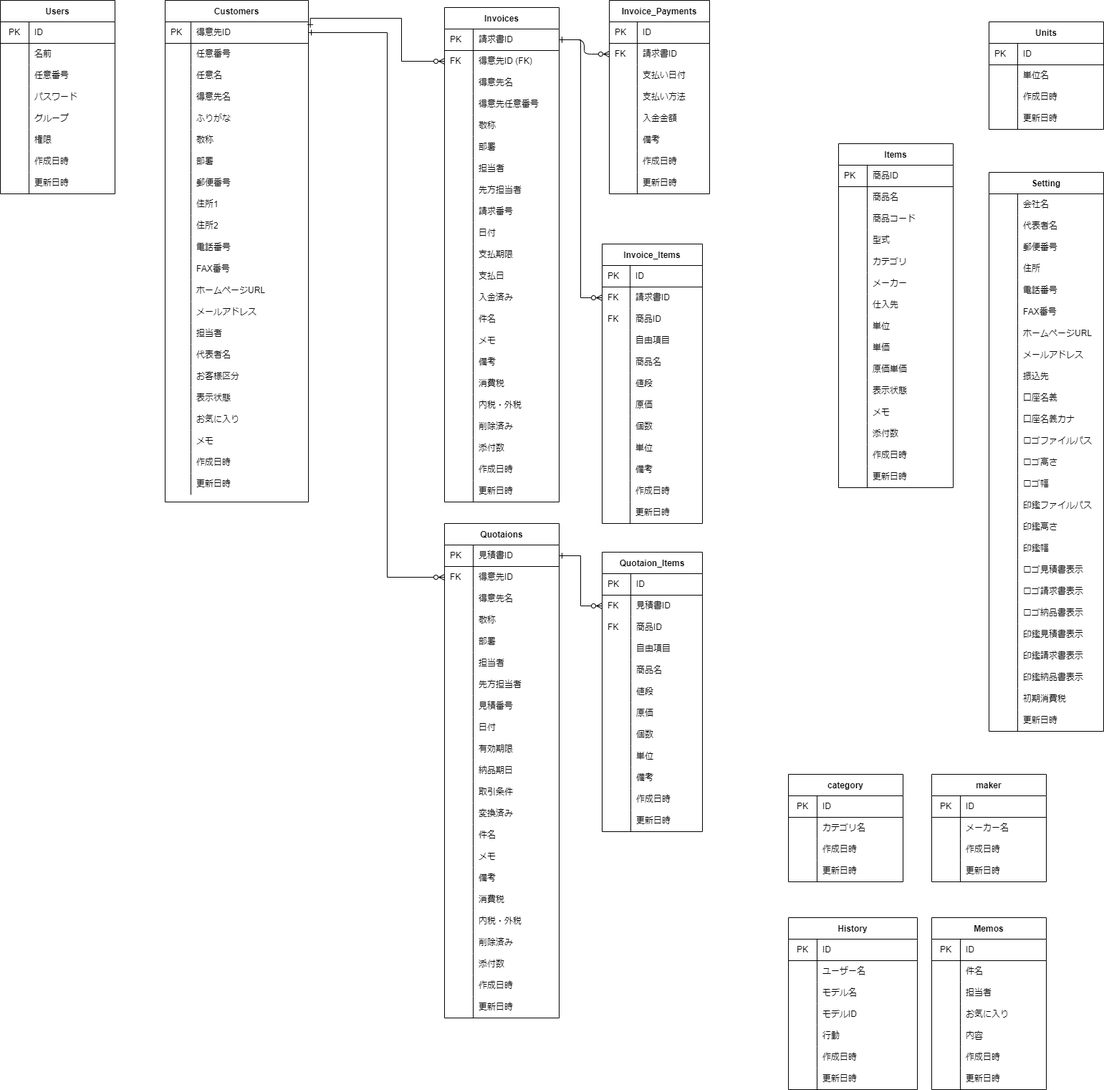
The draw.io diagram soho_er.png in gamasenninn/caddie-clone, before a commit. Source tidied: cells renumbered, new cells last; positions are measured from the earlier drawing's top-left corner, leaving out a move shared by most shapes.
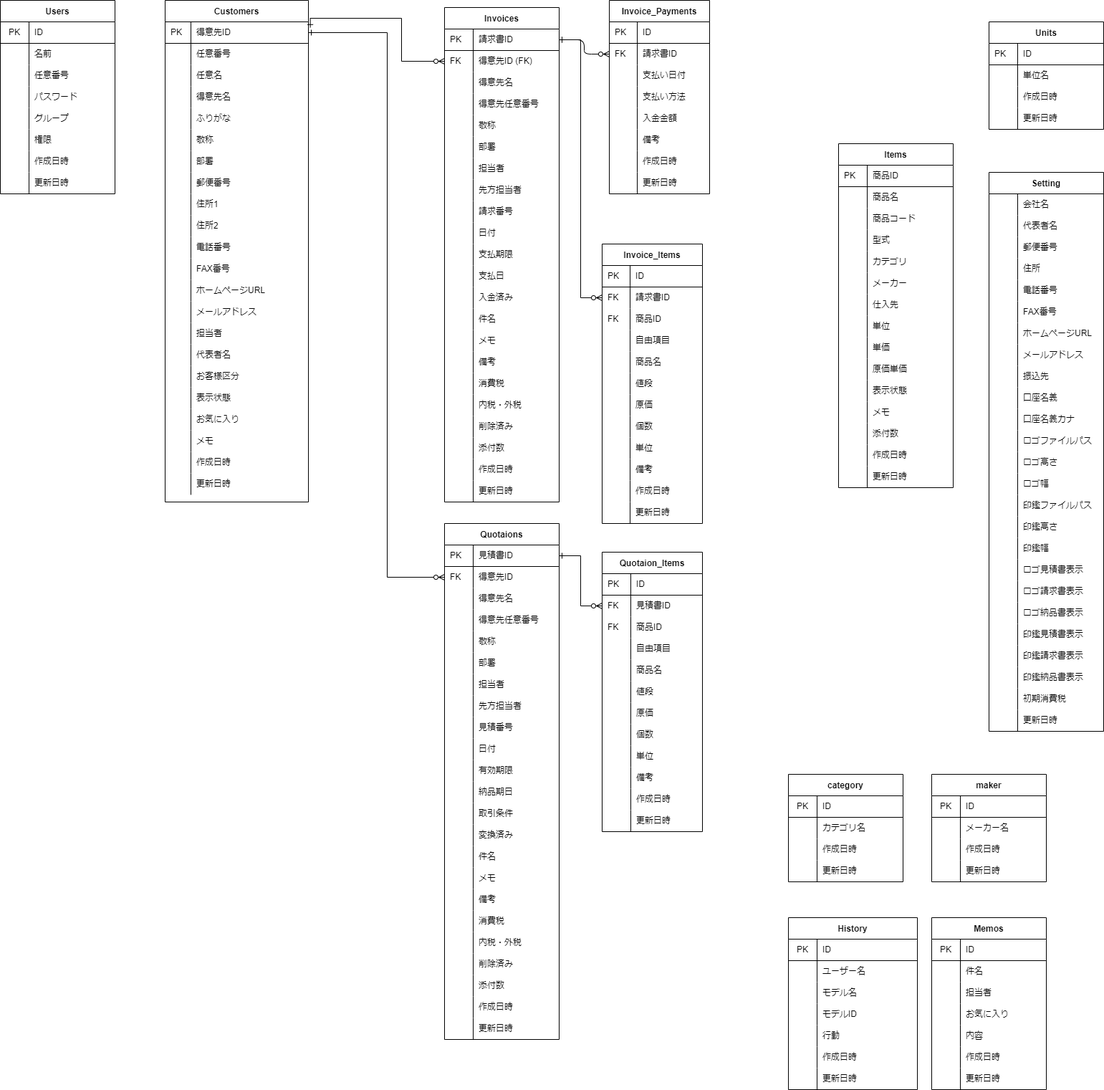
After the commit.

The edit, as a diff of the source:
```diff
@@ -654,7 +654,7 @@
       <mxGeometry x="39" width="101" height="30" as="geometry" />
     </mxCell>
     <mxCell id="219" value="Quotaions" style="shape=table;startSize=30;rowLines=0;fontStyle=1;align=center;" parent="1" vertex="1">
-      <mxGeometry x="620" y="730" width="160" height="690" as="geometry" />
+      <mxGeometry x="620" y="730" width="160" height="720" as="geometry" />
     </mxCell>
     <mxCell id="220" style="shape=partialRectangle;html=1;whiteSpace=wrap;fillColor=none;top=0;left=0;bottom=1;right=0;points=[[0,0.5],[1,0.5]];portConstraint=eastwest;" parent="219" vertex="1">
       <mxGeometry y="30" width="160" height="30" as="geometry" />
@@ -683,8 +683,17 @@
     <mxCell id="228" value="得意先名" style="shape=partialRectangle;html=1;whiteSpace=wrap;fillColor=none;top=0;left=0;bottom=0;right=0;align=left;spacingLeft=6;overflow=hidden;" parent="226" vertex="1">
       <mxGeometry x="40" width="120" height="30" as="geometry" />
     </mxCell>
+    <mxCell id="537" style="shape=partialRectangle;html=1;whiteSpace=wrap;fillColor=none;top=0;left=0;bottom=0;right=0;" parent="219" vertex="1">
+      <mxGeometry y="120" width="160" height="30" as="geometry" />
+    </mxCell>
+    <mxCell id="538" style="shape=partialRectangle;html=1;whiteSpace=wrap;fillColor=none;top=0;left=0;bottom=0;right=0;align=left;spacingLeft=6;overflow=hidden;" parent="537" vertex="1">
+      <mxGeometry width="40" height="30" as="geometry" />
+    </mxCell>
+    <mxCell id="539" value="得意先任意番号" style="shape=partialRectangle;html=1;whiteSpace=wrap;fillColor=none;top=0;left=0;bottom=0;right=0;align=left;spacingLeft=6;overflow=hidden;" parent="537" vertex="1">
+      <mxGeometry x="40" width="120" height="30" as="geometry" />
+    </mxCell>
     <mxCell id="229" style="shape=partialRectangle;html=1;whiteSpace=wrap;fillColor=none;top=0;left=0;bottom=0;right=0;" parent="219" vertex="1">
-      <mxGeometry y="120" width="160" height="30" as="geometry" />
+      <mxGeometry y="150" width="160" height="30" as="geometry" />
     </mxCell>
     <mxCell id="230" style="shape=partialRectangle;html=1;whiteSpace=wrap;fillColor=none;top=0;left=0;bottom=0;right=0;align=left;spacingLeft=6;overflow=hidden;" parent="229" vertex="1">
       <mxGeometry width="40" height="30" as="geometry" />
@@ -693,7 +702,7 @@
       <mxGeometry x="40" width="120" height="30" as="geometry" />
     </mxCell>
     <mxCell id="232" style="shape=partialRectangle;html=1;whiteSpace=wrap;fillColor=none;top=0;left=0;bottom=0;right=0;" parent="219" vertex="1">
-      <mxGeometry y="150" width="160" height="30" as="geometry" />
+      <mxGeometry y="180" width="160" height="30" as="geometry" />
     </mxCell>
     <mxCell id="233" style="shape=partialRectangle;html=1;whiteSpace=wrap;fillColor=none;top=0;left=0;bottom=0;right=0;align=left;spacingLeft=6;overflow=hidden;" parent="232" vertex="1">
       <mxGeometry width="40" height="30" as="geometry" />
@@ -702,7 +711,7 @@
       <mxGeometry x="40" width="120" height="30" as="geometry" />
     </mxCell>
     <mxCell id="235" style="shape=partialRectangle;html=1;whiteSpace=wrap;fillColor=none;top=0;left=0;bottom=0;right=0;" parent="219" vertex="1">
-      <mxGeometry y="180" width="160" height="30" as="geometry" />
+      <mxGeometry y="210" width="160" height="30" as="geometry" />
     </mxCell>
     <mxCell id="236" style="shape=partialRectangle;html=1;whiteSpace=wrap;fillColor=none;top=0;left=0;bottom=0;right=0;align=left;spacingLeft=6;overflow=hidden;" parent="235" vertex="1">
       <mxGeometry width="40" height="30" as="geometry" />
@@ -711,7 +720,7 @@
       <mxGeometry x="40" width="120" height="30" as="geometry" />
     </mxCell>
     <mxCell id="238" style="shape=partialRectangle;html=1;whiteSpace=wrap;fillColor=none;top=0;left=0;bottom=0;right=0;" parent="219" vertex="1">
-      <mxGeometry y="210" width="160" height="30" as="geometry" />
+      <mxGeometry y="240" width="160" height="30" as="geometry" />
     </mxCell>
     <mxCell id="239" style="shape=partialRectangle;html=1;whiteSpace=wrap;fillColor=none;top=0;left=0;bottom=0;right=0;align=left;spacingLeft=6;overflow=hidden;" parent="238" vertex="1">
       <mxGeometry width="40" height="30" as="geometry" />
@@ -720,7 +729,7 @@
       <mxGeometry x="40" width="120" height="30" as="geometry" />
     </mxCell>
     <mxCell id="241" style="shape=partialRectangle;html=1;whiteSpace=wrap;fillColor=none;top=0;left=0;bottom=0;right=0;" parent="219" vertex="1">
-      <mxGeometry y="240" width="160" height="30" as="geometry" />
+      <mxGeometry y="270" width="160" height="30" as="geometry" />
     </mxCell>
     <mxCell id="242" style="shape=partialRectangle;html=1;whiteSpace=wrap;fillColor=none;top=0;left=0;bottom=0;right=0;align=left;spacingLeft=6;overflow=hidden;" parent="241" vertex="1">
       <mxGeometry width="40" height="30" as="geometry" />
@@ -729,7 +738,7 @@
       <mxGeometry x="40" width="120" height="30" as="geometry" />
     </mxCell>
     <mxCell id="244" style="shape=partialRectangle;html=1;whiteSpace=wrap;fillColor=none;top=0;left=0;bottom=0;right=0;" parent="219" vertex="1">
-      <mxGeometry y="270" width="160" height="30" as="geometry" />
+      <mxGeometry y="300" width="160" height="30" as="geometry" />
     </mxCell>
     <mxCell id="245" style="shape=partialRectangle;html=1;whiteSpace=wrap;fillColor=none;top=0;left=0;bottom=0;right=0;align=left;spacingLeft=6;overflow=hidden;" parent="244" vertex="1">
       <mxGeometry width="40" height="30" as="geometry" />
@@ -738,7 +747,7 @@
       <mxGeometry x="40" width="120" height="30" as="geometry" />
     </mxCell>
     <mxCell id="247" style="shape=partialRectangle;html=1;whiteSpace=wrap;fillColor=none;top=0;left=0;bottom=0;right=0;" parent="219" vertex="1">
-      <mxGeometry y="300" width="160" height="30" as="geometry" />
+      <mxGeometry y="330" width="160" height="30" as="geometry" />
     </mxCell>
     <mxCell id="248" style="shape=partialRectangle;html=1;whiteSpace=wrap;fillColor=none;top=0;left=0;bottom=0;right=0;align=left;spacingLeft=6;overflow=hidden;" parent="247" vertex="1">
       <mxGeometry width="40" height="30" as="geometry" />
@@ -747,7 +756,7 @@
       <mxGeometry x="40" width="120" height="30" as="geometry" />
     </mxCell>
     <mxCell id="250" style="shape=partialRectangle;html=1;whiteSpace=wrap;fillColor=none;top=0;left=0;bottom=0;right=0;" parent="219" vertex="1">
-      <mxGeometry y="330" width="160" height="30" as="geometry" />
+      <mxGeometry y="360" width="160" height="30" as="geometry" />
     </mxCell>
     <mxCell id="251" style="shape=partialRectangle;html=1;whiteSpace=wrap;fillColor=none;top=0;left=0;bottom=0;right=0;align=left;spacingLeft=6;overflow=hidden;" parent="250" vertex="1">
       <mxGeometry width="40" height="30" as="geometry" />
@@ -756,7 +765,7 @@
       <mxGeometry x="40" width="120" height="30" as="geometry" />
     </mxCell>
     <mxCell id="253" style="shape=partialRectangle;html=1;whiteSpace=wrap;fillColor=none;top=0;left=0;bottom=0;right=0;" parent="219" vertex="1">
-      <mxGeometry y="360" width="160" height="30" as="geometry" />
+      <mxGeometry y="390" width="160" height="30" as="geometry" />
     </mxCell>
     <mxCell id="254" style="shape=partialRectangle;html=1;whiteSpace=wrap;fillColor=none;top=0;left=0;bottom=0;right=0;align=left;spacingLeft=6;overflow=hidden;" parent="253" vertex="1">
       <mxGeometry width="40" height="30" as="geometry" />
@@ -765,7 +774,7 @@
       <mxGeometry x="40" width="120" height="30" as="geometry" />
     </mxCell>
     <mxCell id="256" style="shape=partialRectangle;html=1;whiteSpace=wrap;fillColor=none;top=0;left=0;bottom=0;right=0;" parent="219" vertex="1">
-      <mxGeometry y="390" width="160" height="30" as="geometry" />
+      <mxGeometry y="420" width="160" height="30" as="geometry" />
     </mxCell>
     <mxCell id="257" style="shape=partialRectangle;html=1;whiteSpace=wrap;fillColor=none;top=0;left=0;bottom=0;right=0;align=left;spacingLeft=6;overflow=hidden;" parent="256" vertex="1">
       <mxGeometry width="40" height="30" as="geometry" />
@@ -774,7 +783,7 @@
       <mxGeometry x="40" width="120" height="30" as="geometry" />
     </mxCell>
     <mxCell id="259" style="shape=partialRectangle;html=1;whiteSpace=wrap;fillColor=none;top=0;left=0;bottom=0;right=0;" parent="219" vertex="1">
-      <mxGeometry y="420" width="160" height="30" as="geometry" />
+      <mxGeometry y="450" width="160" height="30" as="geometry" />
     </mxCell>
     <mxCell id="260" style="shape=partialRectangle;html=1;whiteSpace=wrap;fillColor=none;top=0;left=0;bottom=0;right=0;align=left;spacingLeft=6;overflow=hidden;" parent="259" vertex="1">
       <mxGeometry width="40" height="30" as="geometry" />
@@ -783,7 +792,7 @@
       <mxGeometry x="40" width="120" height="30" as="geometry" />
     </mxCell>
     <mxCell id="262" style="shape=partialRectangle;html=1;whiteSpace=wrap;fillColor=none;top=0;left=0;bottom=0;right=0;" parent="219" vertex="1">
-      <mxGeometry y="450" width="160" height="30" as="geometry" />
+      <mxGeometry y="480" width="160" height="30" as="geometry" />
     </mxCell>
     <mxCell id="263" style="shape=partialRectangle;html=1;whiteSpace=wrap;fillColor=none;top=0;left=0;bottom=0;right=0;align=left;spacingLeft=6;overflow=hidden;" parent="262" vertex="1">
       <mxGeometry width="40" height="30" as="geometry" />
@@ -792,7 +801,7 @@
       <mxGeometry x="40" width="120" height="30" as="geometry" />
     </mxCell>
     <mxCell id="265" style="shape=partialRectangle;html=1;whiteSpace=wrap;fillColor=none;top=0;left=0;bottom=0;right=0;" parent="219" vertex="1">
-      <mxGeometry y="480" width="160" height="30" as="geometry" />
+      <mxGeometry y="510" width="160" height="30" as="geometry" />
     </mxCell>
     <mxCell id="266" style="shape=partialRectangle;html=1;whiteSpace=wrap;fillColor=none;top=0;left=0;bottom=0;right=0;align=left;spacingLeft=6;overflow=hidden;" parent="265" vertex="1">
       <mxGeometry width="40" height="30" as="geometry" />
@@ -801,7 +810,7 @@
       <mxGeometry x="40" width="120" height="30" as="geometry" />
     </mxCell>
     <mxCell id="268" style="shape=partialRectangle;html=1;whiteSpace=wrap;fillColor=none;top=0;left=0;bottom=0;right=0;" parent="219" vertex="1">
-      <mxGeometry y="510" width="160" height="30" as="geometry" />
+      <mxGeometry y="540" width="160" height="30" as="geometry" />
     </mxCell>
     <mxCell id="269" style="shape=partialRectangle;html=1;whiteSpace=wrap;fillColor=none;top=0;left=0;bottom=0;right=0;align=left;spacingLeft=6;overflow=hidden;" parent="268" vertex="1">
       <mxGeometry width="40" height="30" as="geometry" />
@@ -810,7 +819,7 @@
       <mxGeometry x="40" width="120" height="30" as="geometry" />
     </mxCell>
     <mxCell id="271" style="shape=partialRectangle;html=1;whiteSpace=wrap;fillColor=none;top=0;left=0;bottom=0;right=0;" parent="219" vertex="1">
-      <mxGeometry y="540" width="160" height="30" as="geometry" />
+      <mxGeometry y="570" width="160" height="30" as="geometry" />
     </mxCell>
     <mxCell id="272" style="shape=partialRectangle;html=1;whiteSpace=wrap;fillColor=none;top=0;left=0;bottom=0;right=0;align=left;spacingLeft=6;overflow=hidden;" parent="271" vertex="1">
       <mxGeometry width="40" height="30" as="geometry" />
@@ -819,7 +828,7 @@
       <mxGeometry x="40" width="120" height="30" as="geometry" />
     </mxCell>
     <mxCell id="274" style="shape=partialRectangle;html=1;whiteSpace=wrap;fillColor=none;top=0;left=0;bottom=0;right=0;" parent="219" vertex="1">
-      <mxGeometry y="570" width="160" height="30" as="geometry" />
+      <mxGeometry y="600" width="160" height="30" as="geometry" />
     </mxCell>
     <mxCell id="275" style="shape=partialRectangle;html=1;whiteSpace=wrap;fillColor=none;top=0;left=0;bottom=0;right=0;align=left;spacingLeft=6;overflow=hidden;" parent="274" vertex="1">
       <mxGeometry width="40" height="30" as="geometry" />
@@ -828,7 +837,7 @@
       <mxGeometry x="40" width="120" height="30" as="geometry" />
     </mxCell>
     <mxCell id="277" style="shape=partialRectangle;html=1;whiteSpace=wrap;fillColor=none;top=0;left=0;bottom=0;right=0;" parent="219" vertex="1">
-      <mxGeometry y="600" width="160" height="30" as="geometry" />
+      <mxGeometry y="630" width="160" height="30" as="geometry" />
     </mxCell>
     <mxCell id="278" style="shape=partialRectangle;html=1;whiteSpace=wrap;fillColor=none;top=0;left=0;bottom=0;right=0;align=left;spacingLeft=6;overflow=hidden;" parent="277" vertex="1">
       <mxGeometry width="40" height="30" as="geometry" />
@@ -837,7 +846,7 @@
       <mxGeometry x="40" width="120" height="30" as="geometry" />
     </mxCell>
     <mxCell id="280" style="shape=partialRectangle;html=1;whiteSpace=wrap;fillColor=none;top=0;left=0;bottom=0;right=0;" parent="219" vertex="1">
-      <mxGeometry y="630" width="160" height="30" as="geometry" />
+      <mxGeometry y="660" width="160" height="30" as="geometry" />
     </mxCell>
     <mxCell id="281" style="shape=partialRectangle;html=1;whiteSpace=wrap;fillColor=none;top=0;left=0;bottom=0;right=0;align=left;spacingLeft=6;overflow=hidden;" parent="280" vertex="1">
       <mxGeometry width="40" height="30" as="geometry" />
@@ -846,7 +855,7 @@
       <mxGeometry x="40" width="120" height="30" as="geometry" />
     </mxCell>
     <mxCell id="283" style="shape=partialRectangle;html=1;whiteSpace=wrap;fillColor=none;top=0;left=0;bottom=0;right=0;" parent="219" vertex="1">
-      <mxGeometry y="660" width="160" height="30" as="geometry" />
+      <mxGeometry y="690" width="160" height="30" as="geometry" />
     </mxCell>
     <mxCell id="284" style="shape=partialRectangle;html=1;whiteSpace=wrap;fillColor=none;top=0;left=0;bottom=0;right=0;align=left;spacingLeft=6;overflow=hidden;" parent="283" vertex="1">
       <mxGeometry width="40" height="30" as="geometry" />
```
